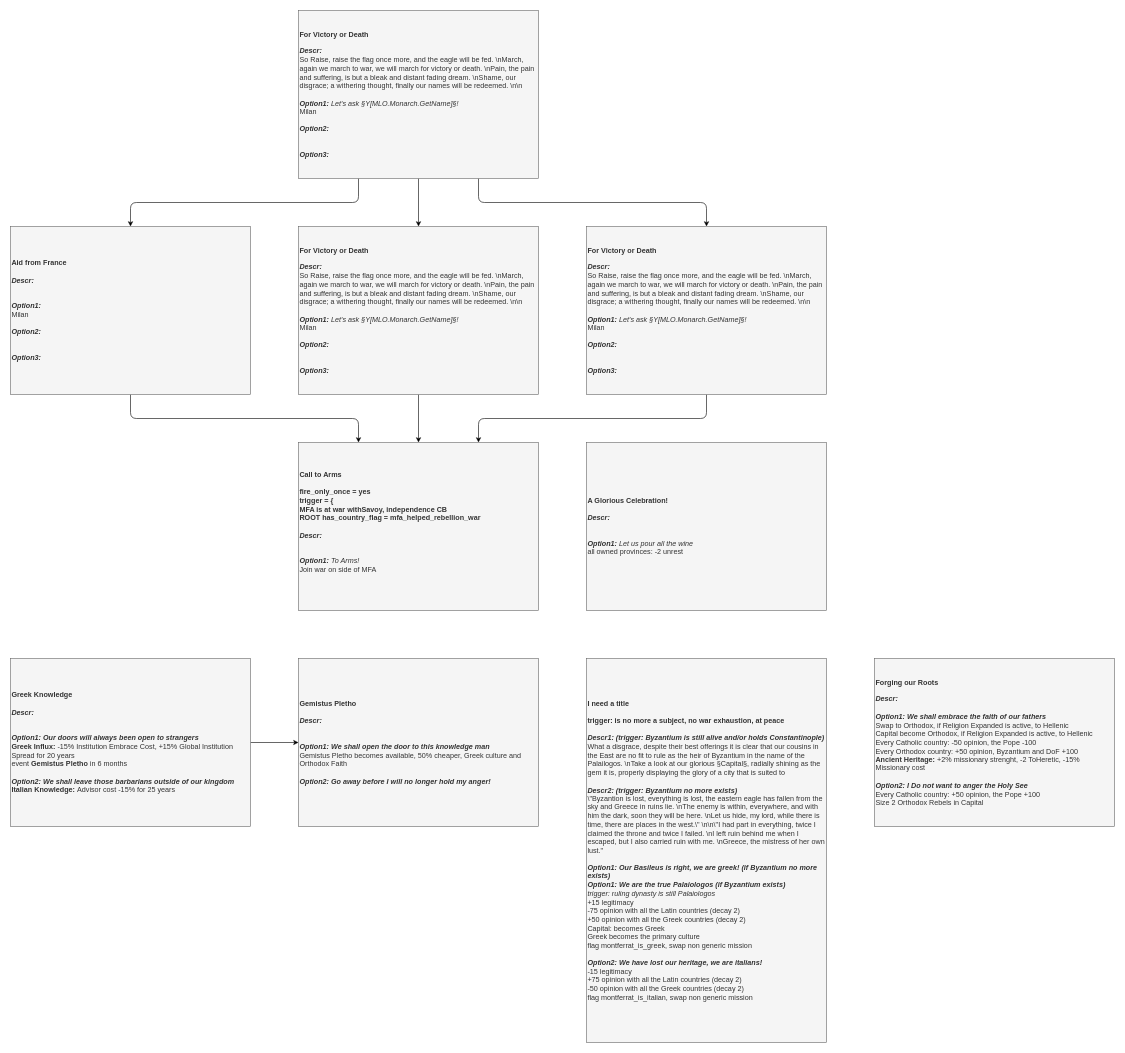
Melvasul/Missions-Expanded keeps this draw.io diagram as page "Events" (2 of 2) of Montferrat/It's Moscato Time 0.1.drawio. Above is the earlier version. Source tidied: cells renumbered, new cells numbered last; positions are measured from the earlier drawing's top-left corner, leaving out a move shared by most shapes. Both pictures are drawn from the tidied source at 60%, with x=0, y=0 at pixel (10, 10).
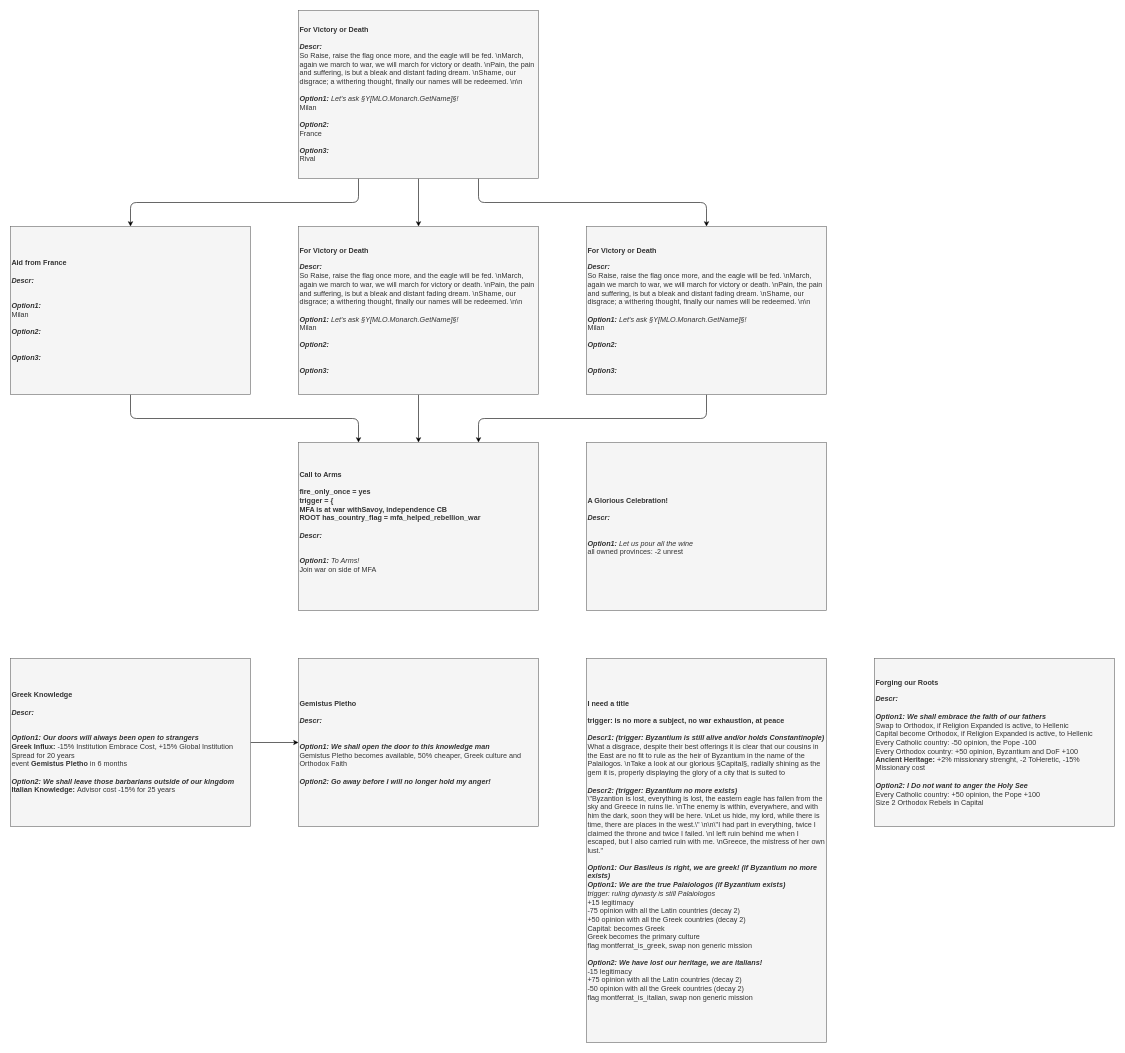
The same diagram, later.

Diff of the diagram source:
```diff
@@
-    <mxCell id="5" value="&lt;div style=&quot;font-size: 12px&quot; align=&quot;left&quot;&gt;&lt;b&gt;For Victory or Death&lt;/b&gt;&lt;/div&gt;&lt;div style=&quot;font-size: 12px&quot; align=&quot;left&quot;&gt;&lt;b&gt;&lt;br&gt;&lt;/b&gt;&lt;/div&gt;&lt;div style=&quot;font-size: 12px&quot; align=&quot;left&quot;&gt;&lt;font style=&quot;font-size: 12px&quot;&gt;&lt;span style=&quot;font-size: 12px&quot;&gt;&lt;font style=&quot;font-size: 12px&quot;&gt;&lt;i style=&quot;font-size: 12px&quot;&gt;&lt;b style=&quot;font-size: 12px&quot;&gt;Descr:&lt;/b&gt;&lt;/i&gt;&lt;/font&gt;&lt;/span&gt;&lt;/font&gt;&lt;/div&gt;&lt;div style=&quot;font-size: 12px&quot; align=&quot;left&quot;&gt;&lt;div align=&quot;left&quot; style=&quot;font-size: 12px&quot;&gt;&lt;div align=&quot;left&quot;&gt;So Raise, raise the flag once more, and the eagle will be fed. \nMarch, again we march to war, we will march for victory or death. \nPain, the pain and suffering, is but a bleak and distant fading dream. \nShame, our disgrace; a withering thought, finally our names will be redeemed. \n\n&lt;br&gt;&lt;/div&gt;&lt;/div&gt;&lt;div align=&quot;left&quot; style=&quot;font-size: 12px&quot;&gt;&lt;br&gt;&lt;/div&gt;&lt;/div&gt;&lt;i&gt;&lt;b&gt;Option1:&lt;/b&gt;&amp;nbsp;Let's ask §Y[&lt;/i&gt;&lt;i&gt;MLO.Monarch.GetName]§!&lt;/i&gt;&lt;div style=&quot;font-size: 12px&quot; align=&quot;left&quot;&gt;Milan&lt;/div&gt;&lt;div style=&quot;font-size: 12px&quot; align=&quot;left&quot;&gt;&lt;br&gt;&lt;/div&gt;&lt;div style=&quot;font-size: 12px&quot; align=&quot;left&quot;&gt;&lt;font style=&quot;font-size: 12px&quot;&gt;&lt;font style=&quot;font-size: 12px&quot;&gt;&lt;b style=&quot;font-size: 12px&quot;&gt;&lt;i style=&quot;font-size: 12px&quot;&gt;Option2:&lt;/i&gt;&lt;/b&gt;&lt;/font&gt;&lt;/font&gt;&lt;/div&gt;&lt;i&gt;&lt;br&gt;&lt;br&gt;&lt;b&gt;Option3:&lt;/b&gt;&lt;br&gt;&lt;/i&gt;" style="rounded=0;whiteSpace=wrap;html=1;align=left;fontSize=12;fillColor=#f5f5f5;strokeColor=#666666;fontColor=#333333;" parent="1" vertex="1">
+    <mxCell id="5" value="&lt;div style=&quot;font-size: 12px&quot; align=&quot;left&quot;&gt;&lt;b&gt;For Victory or Death&lt;/b&gt;&lt;/div&gt;&lt;div style=&quot;font-size: 12px&quot; align=&quot;left&quot;&gt;&lt;b&gt;&lt;br&gt;&lt;/b&gt;&lt;/div&gt;&lt;div style=&quot;font-size: 12px&quot; align=&quot;left&quot;&gt;&lt;font style=&quot;font-size: 12px&quot;&gt;&lt;span style=&quot;font-size: 12px&quot;&gt;&lt;font style=&quot;font-size: 12px&quot;&gt;&lt;i style=&quot;font-size: 12px&quot;&gt;&lt;b style=&quot;font-size: 12px&quot;&gt;Descr:&lt;/b&gt;&lt;/i&gt;&lt;/font&gt;&lt;/span&gt;&lt;/font&gt;&lt;/div&gt;&lt;div style=&quot;font-size: 12px&quot; align=&quot;left&quot;&gt;&lt;div align=&quot;left&quot; style=&quot;font-size: 12px&quot;&gt;&lt;div align=&quot;left&quot;&gt;So Raise, raise the flag once more, and the eagle will be fed. \nMarch, again we march to war, we will march for victory or death. \nPain, the pain and suffering, is but a bleak and distant fading dream. \nShame, our disgrace; a withering thought, finally our names will be redeemed. \n\n&lt;br&gt;&lt;/div&gt;&lt;/div&gt;&lt;div align=&quot;left&quot; style=&quot;font-size: 12px&quot;&gt;&lt;br&gt;&lt;/div&gt;&lt;/div&gt;&lt;i&gt;&lt;b&gt;Option1:&lt;/b&gt;&amp;nbsp;Let's ask §Y[&lt;/i&gt;&lt;i&gt;MLO.Monarch.GetName]§!&lt;/i&gt;&lt;div style=&quot;font-size: 12px&quot; align=&quot;left&quot;&gt;Milan&lt;/div&gt;&lt;div style=&quot;font-size: 12px&quot; align=&quot;left&quot;&gt;&lt;br&gt;&lt;/div&gt;&lt;div style=&quot;font-size: 12px&quot; align=&quot;left&quot;&gt;&lt;font style=&quot;font-size: 12px&quot;&gt;&lt;font style=&quot;font-size: 12px&quot;&gt;&lt;b style=&quot;font-size: 12px&quot;&gt;&lt;i style=&quot;font-size: 12px&quot;&gt;Option2:&lt;/i&gt;&lt;/b&gt;&lt;/font&gt;&lt;/font&gt;&lt;/div&gt;France&lt;br&gt;&lt;br&gt;&lt;b style=&quot;font-style: italic&quot;&gt;Option3:&lt;br&gt;&lt;/b&gt;Rival" style="rounded=0;whiteSpace=wrap;html=1;align=left;fontSize=12;fillColor=#f5f5f5;strokeColor=#666666;fontColor=#333333;" parent="1" vertex="1">
       <mxGeometry x="480" width="400" height="280" as="geometry" />
     </mxCell>
```
